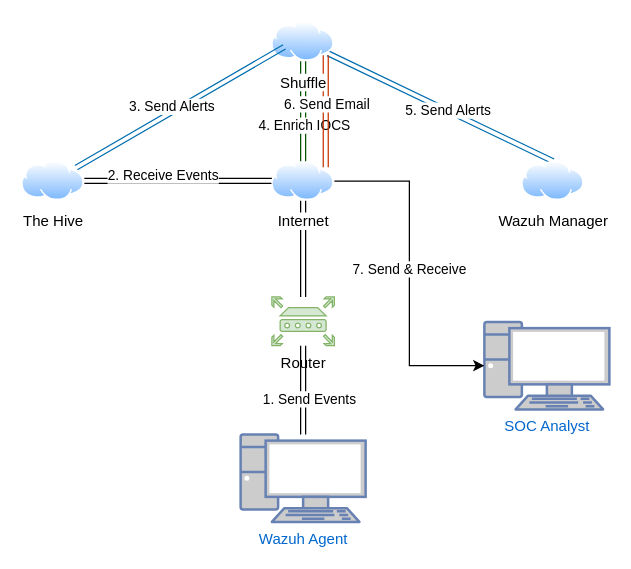
Before: Untitled Diagram.drawio in dylanReinsma/cybersec, a draw.io diagram. Source tidied: cells renumbered, new cells numbered last; positions are measured from the earlier drawing's top-left corner, leaving out a move shared by most shapes. Both pictures are drawn from the tidied source at 125%, with x=0, y=0 at pixel (21, 21).
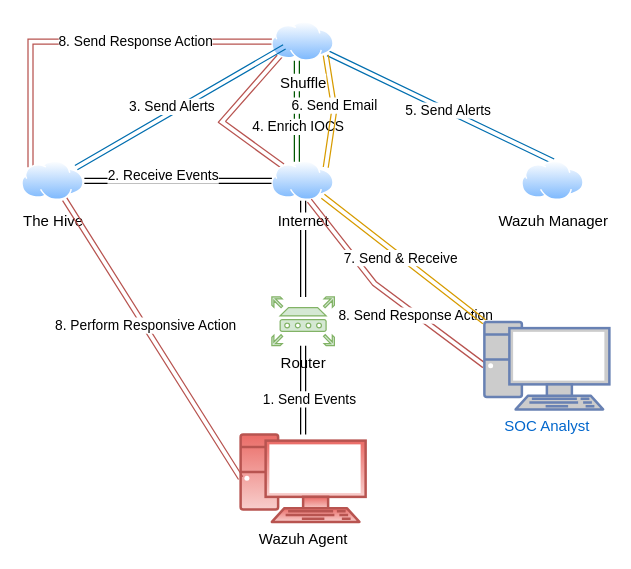
The same page after the edit.

Commit message (it also covers changes not shown here):
Update SOC map

Unchanged cells that the change refers to:
```xml
<mxCell id="9" value="Internet" style="image;perimeter=ellipsePerimeter;html=1;align=center;shadow=0;dashed=0;spacingTop=3;image=img/lib/active_directory/internet_cloud.svg;" parent="1" vertex="1">
  <mxGeometry x="200" y="111.5" width="50" height="31.5" as="geometry" />
</mxCell>
<mxCell id="16" value="Shuffle" style="image;perimeter=ellipsePerimeter;html=1;align=center;shadow=0;dashed=0;spacingTop=3;image=img/lib/active_directory/internet_cloud.svg;" parent="1" vertex="1">
  <mxGeometry x="200" width="50" height="31.5" as="geometry" />
</mxCell>
<mxCell id="18" value="The Hive" style="image;perimeter=ellipsePerimeter;html=1;align=center;shadow=0;dashed=0;spacingTop=3;image=img/lib/active_directory/internet_cloud.svg;" parent="1" vertex="1">
  <mxGeometry y="111.5" width="50" height="31.5" as="geometry" />
</mxCell>
<mxCell id="19" value="SOC Analyst" style="fontColor=#0066CC;verticalAlign=top;verticalLabelPosition=bottom;labelPosition=center;align=center;html=1;outlineConnect=0;fillColor=#CCCCCC;strokeColor=#6881B3;gradientColor=none;gradientDirection=north;strokeWidth=2;shape=mxgraph.networks.pc;" parent="1" vertex="1">
  <mxGeometry x="370" y="240" width="100" height="70" as="geometry" />
</mxCell>
```

What changed in the source:
```diff
@@
-    <mxCell id="4" value="Wazuh Agent" style="fontColor=#0066CC;verticalAlign=top;verticalLabelPosition=bottom;labelPosition=center;align=center;html=1;outlineConnect=0;fillColor=#CCCCCC;strokeColor=#6881B3;gradientColor=none;gradientDirection=north;strokeWidth=2;shape=mxgraph.networks.pc;" parent="1" vertex="1">
+    <mxCell id="4" value="Wazuh Agent" style="verticalAlign=top;verticalLabelPosition=bottom;labelPosition=center;align=center;html=1;outlineConnect=0;fillColor=#f8cecc;strokeColor=#b85450;gradientColor=#ea6b66;gradientDirection=north;strokeWidth=2;shape=mxgraph.networks.pc;" parent="1" vertex="1">
       <mxGeometry x="175" y="330" width="100" height="70" as="geometry" />
     </mxCell>
@@
+    <mxCell id="24" style="rounded=0;jettySize=auto;html=1;entryX=0;entryY=1;entryDx=0;entryDy=0;shape=link;fillColor=#f8cecc;gradientColor=#ea6b66;strokeColor=#b85450;" parent="1" edge="1" source="9" target="16">
+      <mxGeometry relative="1" as="geometry">
+        <Array as="points">
+          <mxPoint x="160" y="80" />
+        </Array>
+      </mxGeometry>
+    </mxCell>
@@
     <mxCell id="10" style="edgeStyle=orthogonalEdgeStyle;rounded=0;jettySize=auto;html=1;fillColor=#008a00;strokeColor=#005700;shape=link;" parent="1" edge="1" source="16" target="9">
-      <mxGeometry relative="1" as="geometry" />
+      <mxGeometry relative="1" as="geometry">
+        <Array as="points">
+          <mxPoint x="220" y="70" />
+          <mxPoint x="220" y="70" />
+        </Array>
+      </mxGeometry>
     </mxCell>
@@
-    <mxCell id="14" style="rounded=0;jettySize=auto;html=1;entryX=1;entryY=0;entryDx=0;entryDy=0;fillColor=#fa6800;strokeColor=#C73500;shape=link;exitX=1;exitY=1;exitDx=0;exitDy=0;" parent="1" edge="1" source="16" target="9">
-      <mxGeometry relative="1" as="geometry" />
+    <mxCell id="14" style="rounded=0;jettySize=auto;html=1;entryX=1;entryY=0;entryDx=0;entryDy=0;fillColor=#ffcd28;strokeColor=#d79b00;shape=link;exitX=1;exitY=1;exitDx=0;exitDy=0;gradientColor=#ffa500;" parent="1" edge="1" source="16" target="9">
+      <mxGeometry relative="1" as="geometry">
+        <Array as="points">
+          <mxPoint x="250" y="70" />
+        </Array>
+      </mxGeometry>
     </mxCell>
@@
+    <mxCell id="25" style="edgeStyle=orthogonalEdgeStyle;rounded=0;jettySize=auto;html=1;entryX=0;entryY=0;entryDx=0;entryDy=0;fillColor=#f8cecc;gradientColor=#ea6b66;strokeColor=#b85450;shape=link;" parent="1" edge="1" source="16" target="18">
+      <mxGeometry relative="1" as="geometry" />
+    </mxCell>
+    <mxCell id="26" value="8. Send Response Action" style="edgeLabel;html=1;align=center;verticalAlign=middle;" parent="25" vertex="1">
+      <mxGeometry x="0.12" y="1" relative="1" as="geometry">
+        <mxPoint x="54" y="-1" as="offset" />
+      </mxGeometry>
+    </mxCell>
@@
+    <mxCell id="27" style="rounded=0;jettySize=auto;html=1;entryX=1;entryY=0.75;entryDx=0;entryDy=0;shape=link;strokeColor=#b85450;exitX=0;exitY=0.5;exitDx=0;exitDy=0;exitPerimeter=0;fillColor=#f8cecc;gradientColor=#ea6b66;" parent="1" edge="1" source="19">
+      <mxGeometry relative="1" as="geometry">
+        <mxPoint x="230" y="143" as="targetPoint" />
+        <Array as="points">
+          <mxPoint x="282.1" y="209.3" />
+        </Array>
+      </mxGeometry>
+    </mxCell>
+    <mxCell id="28" value="8. Send Response Action" style="edgeLabel;html=1;align=center;verticalAlign=middle;" parent="27" vertex="1">
+      <mxGeometry x="-0.3" relative="1" as="geometry">
+        <mxPoint x="-1" as="offset" />
+      </mxGeometry>
+    </mxCell>
@@
-    <mxCell id="22" style="edgeStyle=orthogonalEdgeStyle;rounded=0;jettySize=auto;html=1;entryX=0;entryY=0.5;entryDx=0;entryDy=0;entryPerimeter=0;" parent="1" edge="1" source="9" target="19">
+    <mxCell id="22" style="rounded=0;jettySize=auto;html=1;entryX=0;entryY=0;entryDx=0;entryDy=0;entryPerimeter=0;fillColor=#ffcd28;gradientColor=#ffa500;strokeColor=#d79b00;shape=link;" parent="1" edge="1" source="9" target="19">
       <mxGeometry relative="1" as="geometry" />
     </mxCell>
@@
+    <mxCell id="29" style="rounded=0;jettySize=auto;html=1;entryX=0;entryY=0.5;entryDx=0;entryDy=0;entryPerimeter=0;fillColor=#f8cecc;gradientColor=#ea6b66;strokeColor=#b85450;shape=link;" parent="1" edge="1" source="18" target="4">
+      <mxGeometry relative="1" as="geometry" />
+    </mxCell>
+    <mxCell id="30" value="8. Perform Responsive Action" style="edgeLabel;html=1;align=center;verticalAlign=middle;" parent="29" vertex="1">
+      <mxGeometry x="-0.1" relative="1" as="geometry">
+        <mxPoint x="1" as="offset" />
+      </mxGeometry>
+    </mxCell>
```
